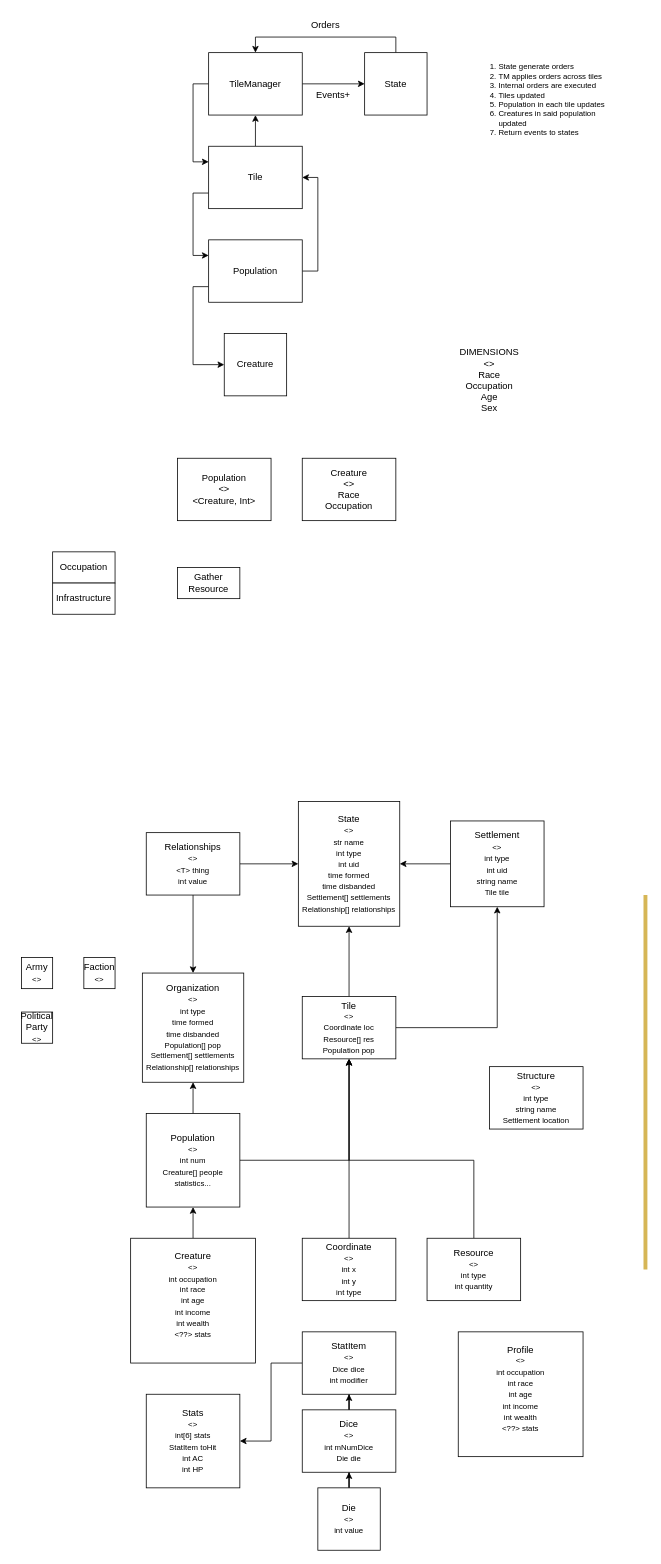
Earlier version of the draw.io diagram page "Page-1" (1 of 2) of architecture.drawio (Flooger25/Regions2). Source tidied: cells renumbered, new cells numbered last; positions are measured from the earlier drawing's top-left corner, leaving out a move shared by most shapes. Both pictures are drawn from the tidied source at 78%, with x=0, y=0 at pixel (21, 13).
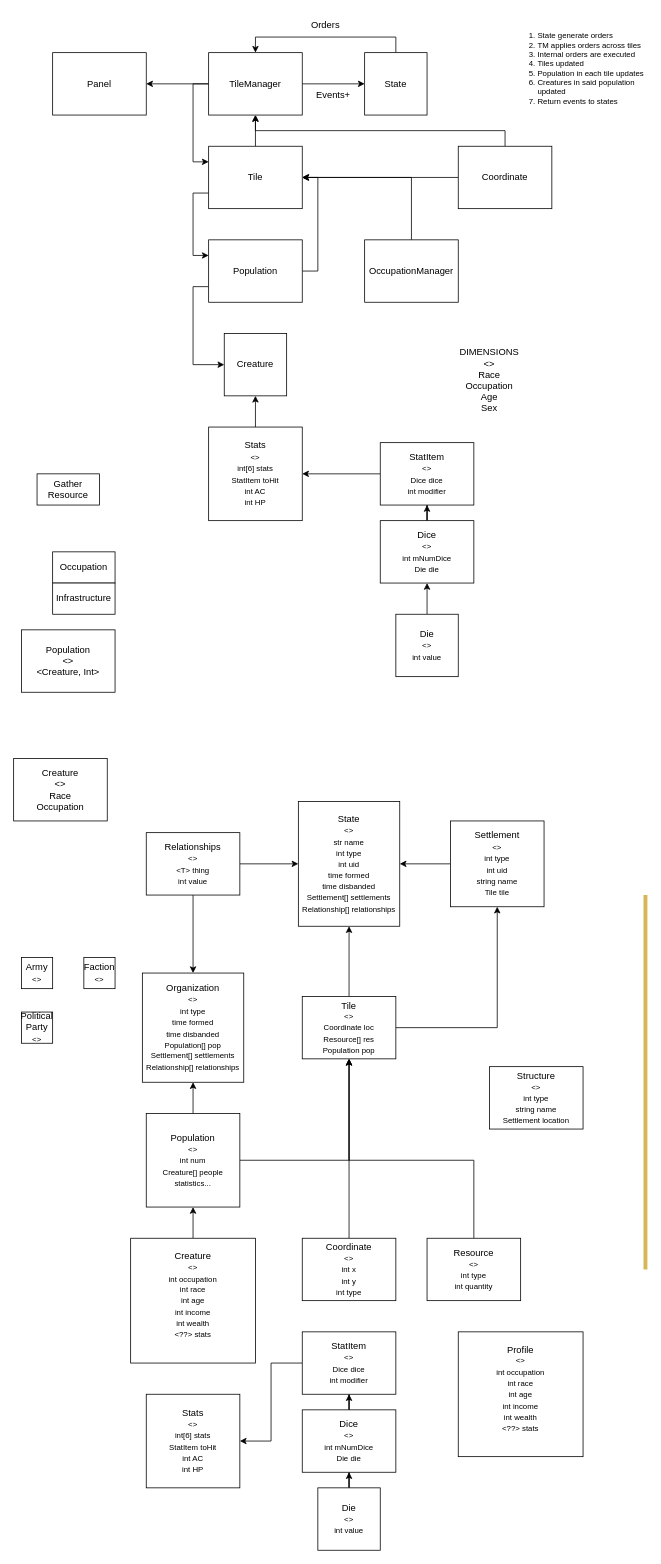
The same page after the edit.

Unchanged cells that the change refers to:
```xml
<mxCell id="31" value="&lt;div&gt;TileManager&lt;/div&gt;" style="rounded=0;whiteSpace=wrap;html=1;align=center;" parent="1" vertex="1">
  <mxGeometry x="240" y="50" width="120" height="80" as="geometry" />
</mxCell>
<mxCell id="41" value="&lt;div&gt;Tile&lt;/div&gt;" style="rounded=0;whiteSpace=wrap;html=1;align=center;" parent="1" vertex="1">
  <mxGeometry x="240" y="170" width="120" height="80" as="geometry" />
</mxCell>
<mxCell id="45" value="&lt;div&gt;Creature&lt;/div&gt;" style="rounded=0;whiteSpace=wrap;html=1;align=center;" parent="1" vertex="1">
  <mxGeometry x="260" y="410" width="80" height="80" as="geometry" />
</mxCell>
```

What changed in the source:
```diff
@@
+    <mxCell id="55" style="edgeStyle=orthogonalEdgeStyle;rounded=0;jettySize=auto;html=1;entryX=1;entryY=0.5;entryDx=0;entryDy=0;" parent="1" edge="1" source="31" target="66">
+      <mxGeometry relative="1" as="geometry" />
+    </mxCell>
@@
     <mxCell id="48" value="&lt;ol style=&quot;font-size: 10px&quot;&gt;&lt;li&gt;State generate orders&lt;/li&gt;&lt;li&gt;TM applies orders across tiles&lt;/li&gt;&lt;li&gt;Internal orders are executed&lt;/li&gt;&lt;li&gt;Tiles updated&lt;/li&gt;&lt;li&gt;Population in each tile updates&lt;/li&gt;&lt;li&gt;Creatures in said population updated&lt;/li&gt;&lt;li&gt;Return events to states&lt;/li&gt;&lt;/ol&gt;" style="text;html=1;strokeColor=none;fillColor=none;align=left;verticalAlign=middle;whiteSpace=wrap;rounded=0;" parent="1" vertex="1">
-      <mxGeometry x="570" y="50" width="180" height="120" as="geometry" />
+      <mxGeometry x="620" y="10" width="180" height="120" as="geometry" />
     </mxCell>
     <mxCell id="49" value="&lt;div&gt;Population&lt;/div&gt;&lt;div&gt;&amp;lt;&amp;gt;&lt;/div&gt;&lt;div&gt;&amp;lt;Creature, Int&amp;gt;&lt;/div&gt;" style="rounded=0;whiteSpace=wrap;html=1;align=center;" parent="1" vertex="1">
-      <mxGeometry x="200" y="570" width="120" height="80" as="geometry" />
+      <mxGeometry y="790" width="120" height="80" as="geometry" />
     </mxCell>
     <mxCell id="50" value="&lt;div&gt;&lt;span&gt;Creature&lt;/span&gt;&lt;/div&gt;&lt;div&gt;&lt;span&gt;&amp;lt;&amp;gt;&lt;/span&gt;&lt;br&gt;&lt;/div&gt;&lt;div&gt;&lt;span&gt;Race&lt;/span&gt;&lt;/div&gt;&lt;div&gt;&lt;span&gt;Occupation&lt;/span&gt;&lt;/div&gt;" style="rounded=0;whiteSpace=wrap;html=1;align=center;" parent="1" vertex="1">
-      <mxGeometry x="360" y="570" width="120" height="80" as="geometry" />
+      <mxGeometry x="-10" y="955" width="120" height="80" as="geometry" />
     </mxCell>
@@
     <mxCell id="54" value="&lt;div&gt;Gather Resource&lt;/div&gt;" style="rounded=0;whiteSpace=wrap;html=1;align=center;" parent="1" vertex="1">
-      <mxGeometry x="200" y="710" width="80" height="40" as="geometry" />
+      <mxGeometry x="20" y="590" width="80" height="40" as="geometry" />
     </mxCell>
+    <mxCell id="56" style="edgeStyle=orthogonalEdgeStyle;rounded=0;jettySize=auto;html=1;entryX=1;entryY=0.5;entryDx=0;entryDy=0;" parent="1" edge="1" source="57" target="41">
+      <mxGeometry relative="1" as="geometry">
+        <Array as="points">
+          <mxPoint x="500" y="210" />
+        </Array>
+      </mxGeometry>
+    </mxCell>
+    <mxCell id="57" value="&lt;div&gt;OccupationManager&lt;/div&gt;" style="rounded=0;whiteSpace=wrap;html=1;align=center;" parent="1" vertex="1">
+      <mxGeometry x="440" y="290" width="120" height="80" as="geometry" />
+    </mxCell>
+    <mxCell id="58" style="edgeStyle=orthogonalEdgeStyle;rounded=0;jettySize=auto;html=1;entryX=0.5;entryY=1;entryDx=0;entryDy=0;" parent="1" edge="1" source="59" target="45">
+      <mxGeometry relative="1" as="geometry" />
+    </mxCell>
+    <mxCell id="59" value="Stats&lt;br style=&quot;font-size: 10px&quot;&gt;&lt;font style=&quot;font-size: 10px&quot;&gt;&amp;lt;&amp;gt;&lt;br&gt;int[6] stats&lt;br&gt;StatItem toHit&lt;br&gt;int AC&lt;br&gt;int HP&lt;br&gt;&lt;/font&gt;" style="rounded=0;whiteSpace=wrap;html=1;align=center;" parent="1" vertex="1">
+      <mxGeometry x="240" y="530" width="120" height="120" as="geometry" />
+    </mxCell>
+    <mxCell id="60" style="edgeStyle=orthogonalEdgeStyle;rounded=0;jettySize=auto;html=1;entryX=0.5;entryY=1;entryDx=0;entryDy=0;" parent="1" edge="1" source="61" target="63">
+      <mxGeometry relative="1" as="geometry" />
+    </mxCell>
+    <mxCell id="61" value="Die&lt;br style=&quot;font-size: 10px&quot;&gt;&lt;font style=&quot;font-size: 10px&quot;&gt;&amp;lt;&amp;gt;&lt;br&gt;int value&lt;br&gt;&lt;/font&gt;" style="rounded=0;whiteSpace=wrap;html=1;align=center;" parent="1" vertex="1">
+      <mxGeometry x="480" y="770" width="80" height="80" as="geometry" />
+    </mxCell>
+    <mxCell id="62" style="edgeStyle=orthogonalEdgeStyle;rounded=0;jettySize=auto;html=1;entryX=0.5;entryY=1;entryDx=0;entryDy=0;" parent="1" edge="1" source="63" target="65">
+      <mxGeometry relative="1" as="geometry" />
+    </mxCell>
+    <mxCell id="63" value="Dice&lt;br style=&quot;font-size: 10px&quot;&gt;&lt;font style=&quot;font-size: 10px&quot;&gt;&amp;lt;&amp;gt;&lt;br&gt;int mNumDice&lt;br&gt;Die die&lt;br&gt;&lt;/font&gt;" style="rounded=0;whiteSpace=wrap;html=1;align=center;" parent="1" vertex="1">
+      <mxGeometry x="460" y="650" width="120" height="80" as="geometry" />
+    </mxCell>
+    <mxCell id="64" style="edgeStyle=orthogonalEdgeStyle;rounded=0;jettySize=auto;html=1;entryX=1;entryY=0.5;entryDx=0;entryDy=0;" parent="1" edge="1" source="65" target="59">
+      <mxGeometry relative="1" as="geometry" />
+    </mxCell>
+    <mxCell id="65" value="StatItem&lt;br style=&quot;font-size: 10px&quot;&gt;&lt;font style=&quot;font-size: 10px&quot;&gt;&amp;lt;&amp;gt;&lt;br&gt;Dice dice&lt;br&gt;int modifier&lt;br&gt;&lt;/font&gt;" style="rounded=0;whiteSpace=wrap;html=1;align=center;" parent="1" vertex="1">
+      <mxGeometry x="460" y="550" width="120" height="80" as="geometry" />
+    </mxCell>
+    <mxCell id="66" value="&lt;div&gt;Panel&lt;/div&gt;" style="rounded=0;whiteSpace=wrap;html=1;align=center;" parent="1" vertex="1">
+      <mxGeometry x="40" y="50" width="120" height="80" as="geometry" />
+    </mxCell>
+    <mxCell id="67" style="edgeStyle=orthogonalEdgeStyle;rounded=0;jettySize=auto;html=1;entryX=0.5;entryY=1;entryDx=0;entryDy=0;exitX=0.5;exitY=0;exitDx=0;exitDy=0;" parent="1" edge="1" source="69" target="31">
+      <mxGeometry relative="1" as="geometry">
+        <Array as="points">
+          <mxPoint x="620" y="150" />
+          <mxPoint x="300" y="150" />
+        </Array>
+      </mxGeometry>
+    </mxCell>
+    <mxCell id="68" style="edgeStyle=orthogonalEdgeStyle;rounded=0;jettySize=auto;html=1;entryX=1;entryY=0.5;entryDx=0;entryDy=0;" parent="1" edge="1" source="69" target="41">
+      <mxGeometry relative="1" as="geometry" />
+    </mxCell>
+    <mxCell id="69" value="&lt;div&gt;Coordinate&lt;/div&gt;" style="rounded=0;whiteSpace=wrap;html=1;align=center;" parent="1" vertex="1">
+      <mxGeometry x="560" y="170" width="120" height="80" as="geometry" />
+    </mxCell>
```
